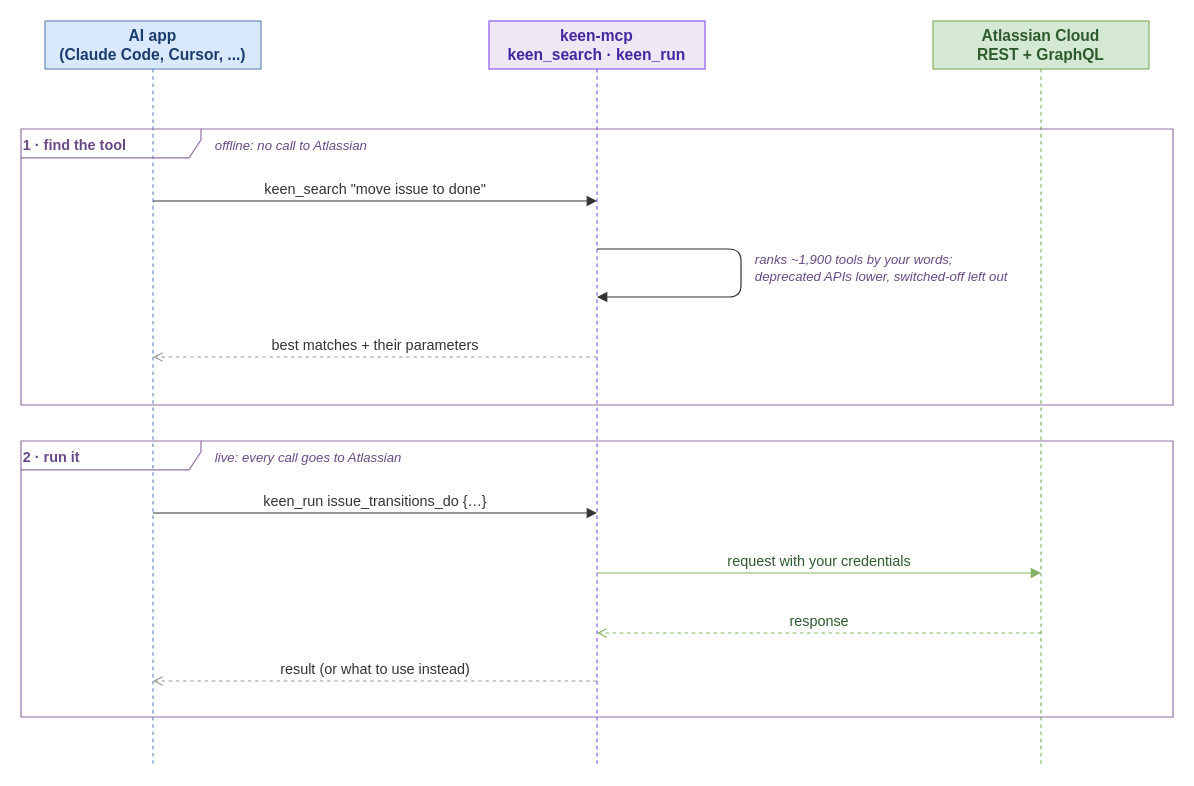
Above: docs/diagrams/mcp-flow.drawio in imogenlabs/keen (draw.io), before the change. Source tidied: cells renumbered, new cells numbered last; positions are measured from the earlier drawing's top-left corner, leaving out a move shared by most shapes. Both pictures are drawn from the tidied source at 120%, with x=0, y=0 at pixel (20, 20).
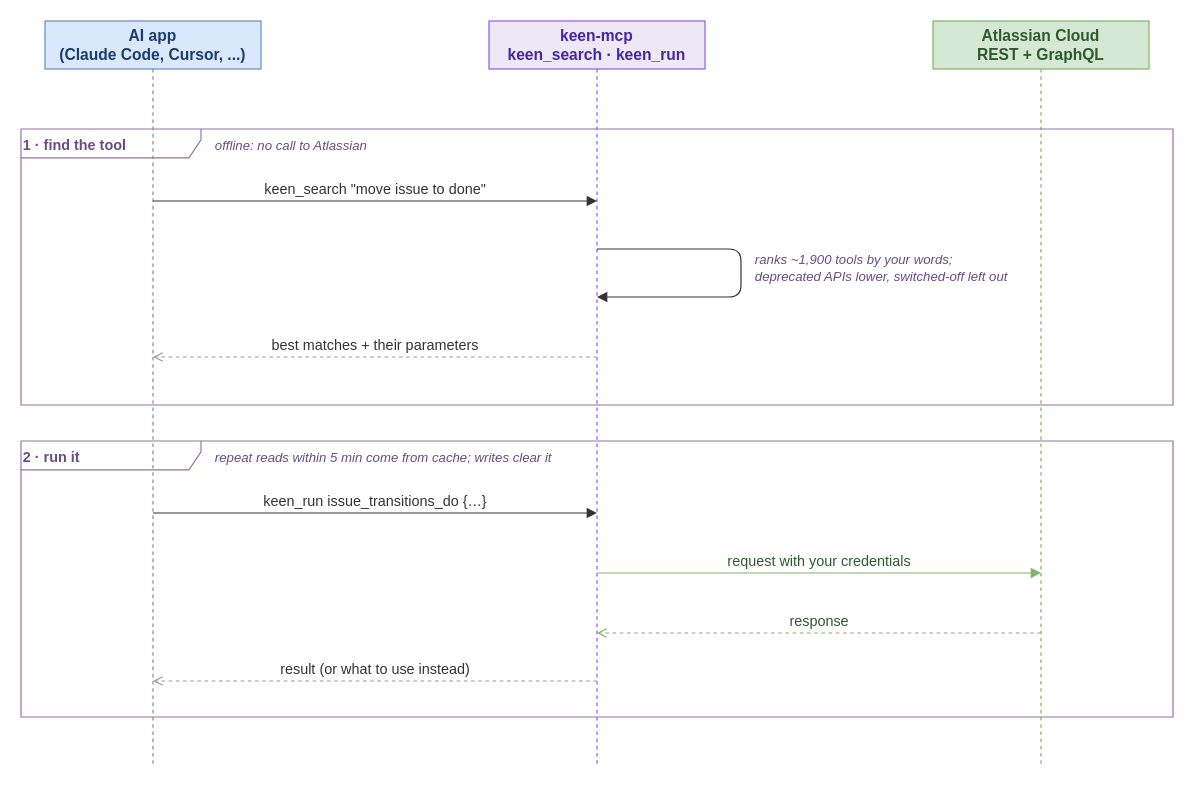
The same page after the edit.

Commit message (it also covers changes not shown here):
fix: answer repeat MCP reads from the response cache

The edit, as a diff of the source:
```diff
@@
-    <mxCell id="12" value="live: every call goes to Atlassian" style="text;html=1;align=left;verticalAlign=middle;fontColor=#6a4a86;fontSize=11;fontStyle=2;whiteSpace=wrap;" parent="1" vertex="1">
-      <mxGeometry x="160" y="354" width="260" height="20" as="geometry" />
+    <mxCell id="12" value="repeat reads within 5 min come from cache; writes clear it" style="text;html=1;align=left;verticalAlign=middle;fontColor=#6a4a86;fontSize=11;fontStyle=2;whiteSpace=wrap;" parent="1" vertex="1">
+      <mxGeometry x="160" y="354" width="420" height="20" as="geometry" />
     </mxCell>
```
